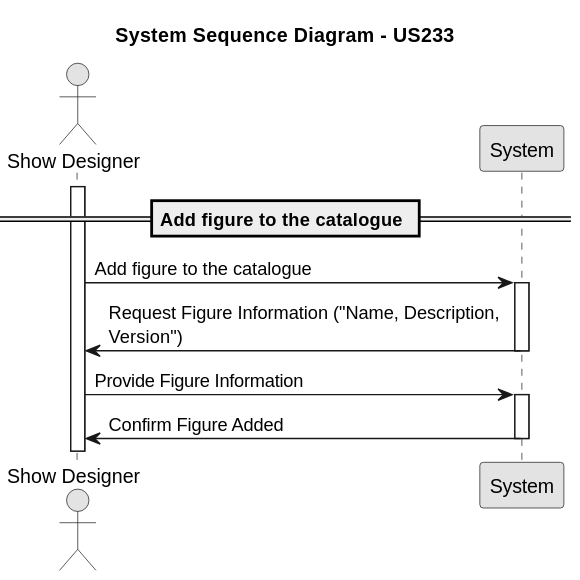
Before: docs/Sprint2/us_233/images/system-sequence-diagram-US233.svg, a diagram exported from PlantUML (rubenFreitas1/ISEP-LAPR4-2024-2025). The source it was exported from:
```plantuml
@startuml
skinparam monochrome true
skinparam packageStyle rectangle
skinparam shadowing false

actor "Show Designer" as showDesigner
participant "System" as system

title System Sequence Diagram - US233

== Add figure to the catalogue ==
activate showDesigner

showDesigner -> system : Add figure to the catalogue
activate system

system -> showDesigner : Request Figure Information ("Name, Description, \nVersion")
deactivate system
showDesigner -> system : Provide Figure Information

activate system

system -> showDesigner : Confirm Figure Added
deactivate system
@enduml
```
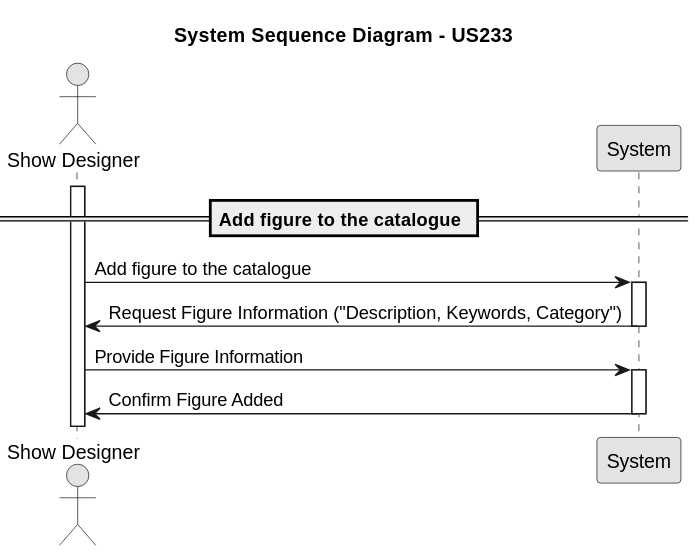
The same diagram one commit later.

The edit, as a diff of the source:
```diff
@@ -14,7 +14,7 @@
 showDesigner -> system : Add figure to the catalogue
 activate system
 
-system -> showDesigner : Request Figure Information ("Name, Description, \nVersion")
+system -> showDesigner : Request Figure Information ("Description, Keywords, Category")
 deactivate system
 showDesigner -> system : Provide Figure Information
 
```
